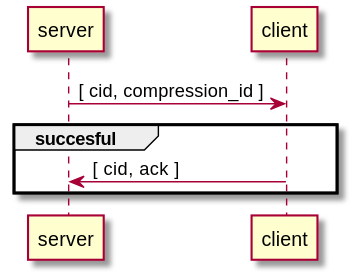
NielsDyrberg/Wireless_sound_zones keeps this PlantUML diagram as soundzones_protocol/sequence_diagrams/B3_set_sound_compression.svg. Above is the earlier version. Its diagram source:
```plantuml
@startuml B3_set_sound_compression
server -> client: [ cid, compression_id ]
group succesful
    server <- client: [ cid, ack ]
end
@enduml
```
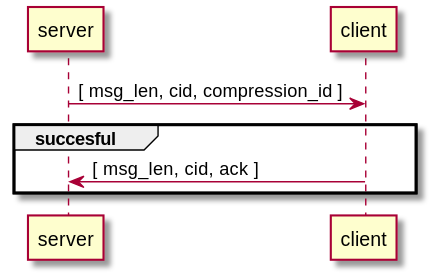
Above is the later version.

The edit, as a diff of the source:
```diff
@@ -1,6 +1,6 @@
 @startuml B3_set_sound_compression
-server -> client: [ cid, compression_id ]
+server -> client: [ msg_len, cid, compression_id ]
 group succesful
-    server <- client: [ cid, ack ]
+    server <- client: [ msg_len, cid, ack ]
 end
 @enduml
```
